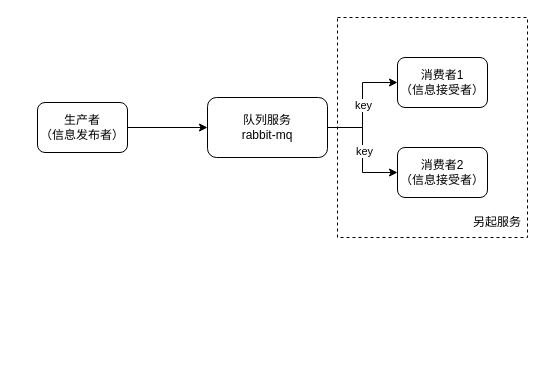
gongyao1992/draw keeps this draw.io diagram as 消息队列.drawio. Above is the earlier version. Source tidied: cells renumbered, new cells numbered last; positions are measured from the earlier drawing's top-left corner, leaving out a move shared by most shapes. Both pictures are drawn from the tidied source at 100%, with x=0, y=0 at pixel (37, 17).
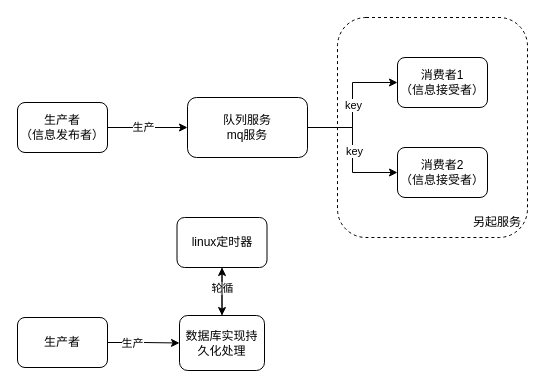
Above is the later version.

Commit message:
更新消息队列.drawio

Unchanged cells that the change refers to:
```xml
<mxCell id="3" style="edgeStyle=orthogonalEdgeStyle;rounded=0;jettySize=auto;html=1;exitX=1;exitY=0.5;exitDx=0;exitDy=0;entryX=0;entryY=0.5;entryDx=0;entryDy=0;" parent="1" edge="1" source="4" target="9">
  <mxGeometry relative="1" as="geometry" />
</mxCell>
```

What changed in the source:
```diff
@@
-    <mxCell id="2" style="rounded=0;whiteSpace=wrap;html=1;dashed=1;" parent="1" vertex="1">
+    <mxCell id="2" style="rounded=1;whiteSpace=wrap;html=1;dashed=1;fillColor=none;" parent="1" vertex="1">
       <mxGeometry x="300" width="190" height="220" as="geometry" />
     </mxCell>
@@
+    <mxCell id="13" value="生产" style="edgeLabel;html=1;align=center;verticalAlign=middle;" parent="3" vertex="1">
+      <mxGeometry x="-0.12" y="1" relative="1" as="geometry" />
+    </mxCell>
     <mxCell id="4" value="生产者&lt;br&gt;（信息发布者）" style="rounded=1;whiteSpace=wrap;html=1;" parent="1" vertex="1">
-      <mxGeometry y="85" width="90" height="50" as="geometry" />
+      <mxGeometry x="-20" y="85" width="90" height="50" as="geometry" />
     </mxCell>
@@
-    <mxCell id="9" value="队列服务&lt;br&gt;rabbit-mq" style="rounded=1;whiteSpace=wrap;html=1;" parent="1" vertex="1">
-      <mxGeometry x="170" y="80" width="120" height="60" as="geometry" />
+    <mxCell id="9" value="队列服务&lt;br&gt;mq服务" style="rounded=1;whiteSpace=wrap;html=1;" parent="1" vertex="1">
+      <mxGeometry x="150" y="80" width="120" height="60" as="geometry" />
     </mxCell>
@@
+    <mxCell id="14" style="group;" parent="1" vertex="1">
+      <mxGeometry x="-20" y="200" width="249.5" height="153" as="geometry" />
+    </mxCell>
+    <mxCell id="15" value="生产者" style="rounded=1;whiteSpace=wrap;html=1;strokeColor=#000000;fillColor=#FFFFFF;gradientColor=none;" parent="14" vertex="1">
+      <mxGeometry y="100" width="90" height="50" as="geometry" />
+    </mxCell>
+    <mxCell id="16" value="数据库实现持久化处理" style="whiteSpace=wrap;html=1;rounded=1;fillColor=#FFFFFF;" parent="14" vertex="1">
+      <mxGeometry x="162" y="98" width="85" height="55" as="geometry" />
+    </mxCell>
+    <mxCell id="17" style="edgeStyle=orthogonalEdgeStyle;rounded=0;jettySize=auto;html=1;" parent="14" edge="1" source="15" target="16">
+      <mxGeometry relative="1" as="geometry" />
+    </mxCell>
+    <mxCell id="18" value="生产" style="edgeLabel;html=1;align=center;verticalAlign=middle;" parent="17" vertex="1">
+      <mxGeometry x="-0.35" relative="1" as="geometry" />
+    </mxCell>
+    <mxCell id="19" style="edgeStyle=orthogonalEdgeStyle;rounded=0;jettySize=auto;html=1;startArrow=none;startFill=0;" parent="14" edge="1" source="21" target="16">
+      <mxGeometry relative="1" as="geometry" />
+    </mxCell>
+    <mxCell id="20" value="轮循" style="edgeLabel;html=1;align=center;verticalAlign=middle;" parent="19" vertex="1">
+      <mxGeometry x="-0.17" relative="1" as="geometry" />
+    </mxCell>
+    <mxCell id="21" value="linux定时器" style="rounded=1;whiteSpace=wrap;html=1;strokeColor=#000000;fillColor=#FFFFFF;gradientColor=none;" parent="14" vertex="1">
+      <mxGeometry x="159.5" width="90" height="50" as="geometry" />
+    </mxCell>
+    <mxCell id="22" style="edgeStyle=orthogonalEdgeStyle;rounded=0;jettySize=auto;html=1;" parent="14" edge="1" source="16" target="21">
+      <mxGeometry relative="1" as="geometry" />
+    </mxCell>
```
